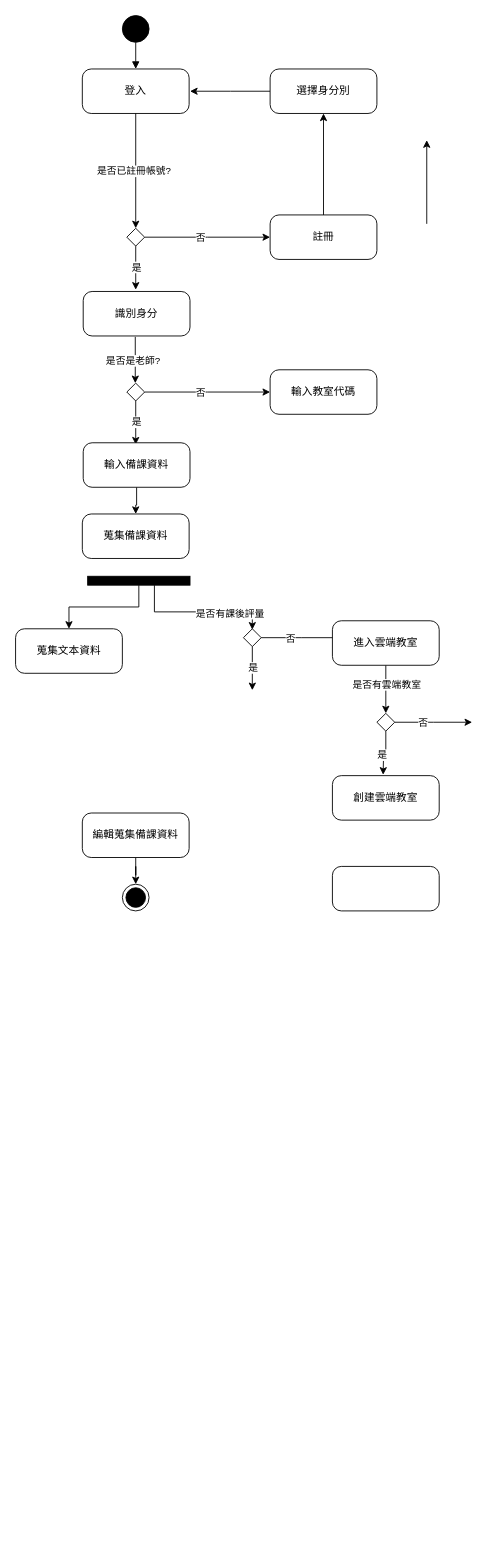
Kevincheng0804/System-analysis keeps this draw.io diagram as 活動圖.drawio. Above is the earlier version. Source tidied: cells renumbered, new cells numbered last; positions are measured from the earlier drawing's top-left corner, leaving out a move shared by most shapes. Both pictures are drawn from the tidied source at 89%, with x=0, y=0 at pixel (15, 15).
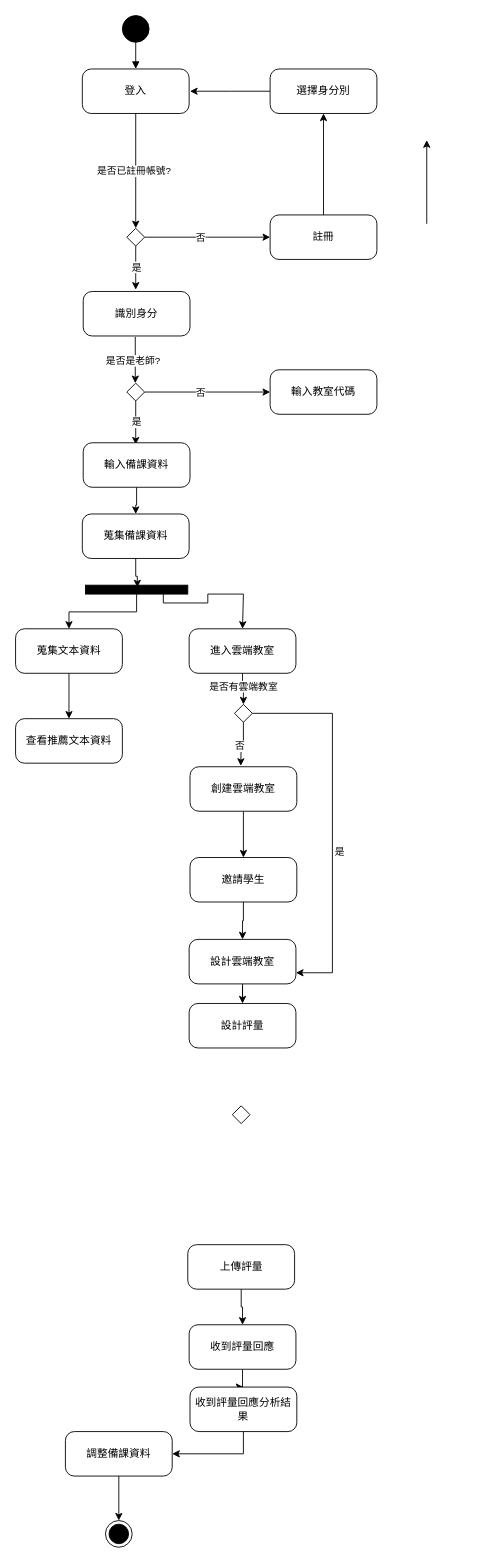
Above is the later version.

Commit message:
更新活動圖.drawio

Unchanged cells that the change refers to:
```xml
<mxCell id="27" value="蒐集備課資料" style="html=1;dashed=0;rounded=1;absoluteArcSize=1;arcSize=20;verticalAlign=middle;align=center;whiteSpace=wrap;" parent="1" vertex="1">
  <mxGeometry x="75" y="560" width="120" height="50" as="geometry" />
</mxCell>
<mxCell id="36" value="蒐集文本資料" style="html=1;dashed=0;rounded=1;absoluteArcSize=1;arcSize=20;verticalAlign=middle;align=center;whiteSpace=wrap;" parent="1" vertex="1">
  <mxGeometry y="689" width="120" height="50" as="geometry" />
</mxCell>
```

What changed in the source:
```diff
@@
-    <mxCell id="29" value="編輯蒐集備課資料" style="html=1;dashed=0;rounded=1;absoluteArcSize=1;arcSize=20;verticalAlign=middle;align=center;whiteSpace=wrap;" parent="1" vertex="1">
-      <mxGeometry x="75" y="896" width="120" height="50" as="geometry" />
-    </mxCell>
     <mxCell id="30" style="ellipse;html=1;shape=endState;fillColor=strokeColor;" parent="1" vertex="1">
-      <mxGeometry x="120" y="976" width="30" height="30" as="geometry" />
+      <mxGeometry x="101" y="1691" width="30" height="30" as="geometry" />
     </mxCell>
@@
-    <mxCell id="33" style="edgeStyle=orthogonalEdgeStyle;rounded=0;jettySize=auto;html=1;entryX=0.5;entryY=0;entryDx=0;entryDy=0;" parent="1" edge="1" source="35">
-      <mxGeometry relative="1" as="geometry">
-        <mxPoint x="266" y="690" as="targetPoint" />
-        <Array as="points">
-          <mxPoint x="156" y="670" />
-          <mxPoint x="266" y="670" />
-        </Array>
-      </mxGeometry>
-    </mxCell>
-    <mxCell id="34" value="是否有課後評量" style="edgeLabel;html=1;align=center;verticalAlign=middle;" parent="33" vertex="1">
-      <mxGeometry x="0.43" y="-1" relative="1" as="geometry" />
-    </mxCell>
+    <mxCell id="52" style="edgeStyle=orthogonalEdgeStyle;rounded=0;jettySize=auto;html=1;entryX=0.5;entryY=0;entryDx=0;entryDy=0;" parent="1" edge="1" source="35" target="44">
+      <mxGeometry relative="1" as="geometry">
+        <Array as="points">
+          <mxPoint x="166" y="660" />
+          <mxPoint x="216" y="660" />
+          <mxPoint x="216" y="650" />
+          <mxPoint x="256" y="650" />
+        </Array>
+      </mxGeometry>
+    </mxCell>
     <mxCell id="35" style="html=1;points=[];perimeter=orthogonalPerimeter;fillColor=strokeColor;" parent="1" vertex="1">
-      <mxGeometry x="81" y="630" width="115" height="10" as="geometry" />
+      <mxGeometry x="78.5" y="640" width="115" height="10" as="geometry" />
     </mxCell>
+    <mxCell id="53" style="edgeStyle=orthogonalEdgeStyle;rounded=0;jettySize=auto;html=1;" parent="1" edge="1" source="36" target="64">
+      <mxGeometry relative="1" as="geometry" />
+    </mxCell>
@@
-    <mxCell id="37" style="edgeStyle=orthogonalEdgeStyle;rounded=0;jettySize=auto;html=1;exitX=1;exitY=0.5;exitDx=0;exitDy=0;endArrow=classic;endFill=1;" parent="1" edge="1" source="39">
-      <mxGeometry relative="1" as="geometry">
-        <mxPoint x="366" y="699" as="targetPoint" />
-      </mxGeometry>
-    </mxCell>
-    <mxCell id="38" value="否" style="edgeLabel;html=1;align=center;verticalAlign=middle;" parent="37" vertex="1">
-      <mxGeometry x="0.16" relative="1" as="geometry">
-        <mxPoint x="-19" as="offset" />
-      </mxGeometry>
-    </mxCell>
-    <mxCell id="39" style="rhombus;" parent="1" vertex="1">
-      <mxGeometry x="256" y="689" width="20" height="20" as="geometry" />
-    </mxCell>
-    <mxCell id="40" style="edgeStyle=orthogonalEdgeStyle;rounded=0;jettySize=auto;html=1;exitX=0.5;exitY=1;exitDx=0;exitDy=0;endArrow=classic;endFill=1;" parent="1" edge="1" source="39">
-      <mxGeometry relative="1" as="geometry">
-        <mxPoint x="266" y="758" as="targetPoint" />
-      </mxGeometry>
-    </mxCell>
-    <mxCell id="41" value="是" style="edgeLabel;html=1;align=center;verticalAlign=middle;" parent="40" vertex="1">
-      <mxGeometry x="0.01" y="3" relative="1" as="geometry">
-        <mxPoint x="-3" y="-1" as="offset" />
-      </mxGeometry>
-    </mxCell>
@@
     <mxCell id="44" value="進入雲端教室" style="html=1;dashed=0;rounded=1;absoluteArcSize=1;arcSize=20;verticalAlign=middle;align=center;whiteSpace=wrap;" parent="1" vertex="1">
-      <mxGeometry x="356" y="680" width="120" height="50" as="geometry" />
+      <mxGeometry x="195" y="689" width="120" height="50" as="geometry" />
     </mxCell>
-    <mxCell id="45" style="edgeStyle=orthogonalEdgeStyle;rounded=0;jettySize=auto;html=1;exitX=1;exitY=0.5;exitDx=0;exitDy=0;endArrow=classic;endFill=1;" parent="1" edge="1" source="47">
+    <mxCell id="45" style="edgeStyle=orthogonalEdgeStyle;rounded=0;jettySize=auto;html=1;exitX=1;exitY=0.5;exitDx=0;exitDy=0;endArrow=classic;endFill=1;entryX=1;entryY=0.75;entryDx=0;entryDy=0;" parent="1" edge="1" source="47" target="58">
       <mxGeometry relative="1" as="geometry">
-        <mxPoint x="513" y="794" as="targetPoint" />
+        <Array as="points">
+          <mxPoint x="356" y="784" />
+          <mxPoint x="356" y="1075" />
+        </Array>
       </mxGeometry>
     </mxCell>
-    <mxCell id="46" value="否" style="edgeLabel;html=1;align=center;verticalAlign=middle;" parent="45" vertex="1">
+    <mxCell id="46" value="是" style="edgeLabel;html=1;align=center;verticalAlign=middle;" parent="45" vertex="1">
       <mxGeometry x="0.16" relative="1" as="geometry">
-        <mxPoint x="-19" as="offset" />
+        <mxPoint x="7" as="offset" />
       </mxGeometry>
     </mxCell>
     <mxCell id="47" style="rhombus;" parent="1" vertex="1">
-      <mxGeometry x="406" y="784" width="20" height="20" as="geometry" />
+      <mxGeometry x="246" y="774" width="20" height="20" as="geometry" />
     </mxCell>
     <mxCell id="48" style="edgeStyle=orthogonalEdgeStyle;rounded=0;jettySize=auto;html=1;exitX=0.5;exitY=1;exitDx=0;exitDy=0;endArrow=classic;endFill=1;" parent="1" edge="1" source="47">
       <mxGeometry relative="1" as="geometry">
-        <mxPoint x="413" y="853" as="targetPoint" />
+        <mxPoint x="253" y="843" as="targetPoint" />
       </mxGeometry>
     </mxCell>
-    <mxCell id="49" value="是" style="edgeLabel;html=1;align=center;verticalAlign=middle;" parent="48" vertex="1">
+    <mxCell id="49" value="否" style="edgeLabel;html=1;align=center;verticalAlign=middle;" parent="48" vertex="1">
       <mxGeometry x="0.01" y="3" relative="1" as="geometry">
         <mxPoint x="-3" y="-1" as="offset" />
       </mxGeometry>
     </mxCell>
+    <mxCell id="54" style="edgeStyle=orthogonalEdgeStyle;rounded=0;jettySize=auto;html=1;" parent="1" edge="1" source="50" target="51">
+      <mxGeometry relative="1" as="geometry" />
+    </mxCell>
     <mxCell id="50" value="創建雲端教室" style="html=1;dashed=0;rounded=1;absoluteArcSize=1;arcSize=20;verticalAlign=middle;align=center;whiteSpace=wrap;" parent="1" vertex="1">
-      <mxGeometry x="356" y="854" width="120" height="50" as="geometry" />
+      <mxGeometry x="196" y="844" width="120" height="50" as="geometry" />
     </mxCell>
+    <mxCell id="55" style="edgeStyle=orthogonalEdgeStyle;rounded=0;jettySize=auto;html=1;" parent="1" edge="1" source="51" target="58">
+      <mxGeometry relative="1" as="geometry" />
+    </mxCell>
-    <mxCell id="51" style="html=1;dashed=0;rounded=1;absoluteArcSize=1;arcSize=20;verticalAlign=middle;align=center;whiteSpace=wrap;" parent="1" vertex="1">
-      <mxGeometry x="356" y="956" width="120" height="50" as="geometry" />
+    <mxCell id="51" value="邀請學生" style="html=1;dashed=0;rounded=1;absoluteArcSize=1;arcSize=20;verticalAlign=middle;align=center;whiteSpace=wrap;" parent="1" vertex="1">
+      <mxGeometry x="196" y="946" width="120" height="50" as="geometry" />
     </mxCell>
+    <mxCell id="56" style="edgeStyle=orthogonalEdgeStyle;rounded=0;jettySize=auto;html=1;" parent="1" edge="1" source="57" target="60">
+      <mxGeometry relative="1" as="geometry" />
+    </mxCell>
+    <mxCell id="57" value="上傳評量" style="html=1;dashed=0;rounded=1;absoluteArcSize=1;arcSize=20;verticalAlign=middle;align=center;whiteSpace=wrap;" parent="1" vertex="1">
+      <mxGeometry x="193.5" y="1381" width="120" height="50" as="geometry" />
+    </mxCell>
+    <mxCell id="58" value="設計雲端教室" style="html=1;dashed=0;rounded=1;absoluteArcSize=1;arcSize=20;verticalAlign=middle;align=center;whiteSpace=wrap;" parent="1" vertex="1">
+      <mxGeometry x="195" y="1038" width="120" height="50" as="geometry" />
+    </mxCell>
+    <mxCell id="59" style="edgeStyle=orthogonalEdgeStyle;rounded=0;jettySize=auto;html=1;" parent="1" edge="1" source="60" target="62">
+      <mxGeometry relative="1" as="geometry" />
+    </mxCell>
+    <mxCell id="60" value="收到評量回應" style="html=1;dashed=0;rounded=1;absoluteArcSize=1;arcSize=20;verticalAlign=middle;align=center;whiteSpace=wrap;" parent="1" vertex="1">
+      <mxGeometry x="195" y="1471" width="120" height="50" as="geometry" />
+    </mxCell>
+    <mxCell id="61" style="edgeStyle=orthogonalEdgeStyle;rounded=0;jettySize=auto;html=1;entryX=1;entryY=0.5;entryDx=0;entryDy=0;" parent="1" edge="1" source="62" target="29">
+      <mxGeometry relative="1" as="geometry">
+        <Array as="points">
+          <mxPoint x="256" y="1616" />
+        </Array>
+      </mxGeometry>
+    </mxCell>
+    <mxCell id="62" value="收到評量回應分析結果" style="html=1;dashed=0;rounded=1;absoluteArcSize=1;arcSize=20;verticalAlign=middle;align=center;whiteSpace=wrap;" parent="1" vertex="1">
+      <mxGeometry x="196" y="1541" width="120" height="50" as="geometry" />
+    </mxCell>
+    <mxCell id="29" value="調整備課資料" style="html=1;dashed=0;rounded=1;absoluteArcSize=1;arcSize=20;verticalAlign=middle;align=center;whiteSpace=wrap;" parent="1" vertex="1">
+      <mxGeometry x="56" y="1591" width="120" height="50" as="geometry" />
+    </mxCell>
+    <mxCell id="63" style="edgeStyle=orthogonalEdgeStyle;rounded=0;jettySize=auto;html=1;entryX=0.507;entryY=0.245;entryDx=0;entryDy=0;entryPerimeter=0;" parent="1" edge="1" source="27" target="35">
+      <mxGeometry relative="1" as="geometry" />
+    </mxCell>
+    <mxCell id="64" value="查看推薦文本資料" style="html=1;dashed=0;rounded=1;absoluteArcSize=1;arcSize=20;verticalAlign=middle;align=center;whiteSpace=wrap;" parent="1" vertex="1">
+      <mxGeometry y="790" width="120" height="50" as="geometry" />
+    </mxCell>
+    <mxCell id="65" style="edgeStyle=orthogonalEdgeStyle;rounded=0;jettySize=auto;html=1;exitX=0.5;exitY=1;exitDx=0;exitDy=0;endArrow=classic;endFill=1;" parent="1" edge="1" target="67">
+      <mxGeometry relative="1" as="geometry">
+        <mxPoint x="256" y="1157" as="sourcePoint" />
+      </mxGeometry>
+    </mxCell>
+    <mxCell id="66" style="edgeStyle=orthogonalEdgeStyle;rounded=0;jettySize=auto;html=1;startArrow=classic;startFill=1;endArrow=none;endFill=0;" parent="1" edge="1" source="67" target="58">
+      <mxGeometry relative="1" as="geometry" />
+    </mxCell>
+    <mxCell id="67" value="設計評量" style="html=1;dashed=0;rounded=1;absoluteArcSize=1;arcSize=20;verticalAlign=middle;align=center;whiteSpace=wrap;" parent="1" vertex="1">
+      <mxGeometry x="195" y="1110" width="120" height="50" as="geometry" />
+    </mxCell>
+    <mxCell id="68" style="rhombus;" parent="1" vertex="1">
+      <mxGeometry x="243.5" y="1225" width="20" height="20" as="geometry" />
+    </mxCell>
```
